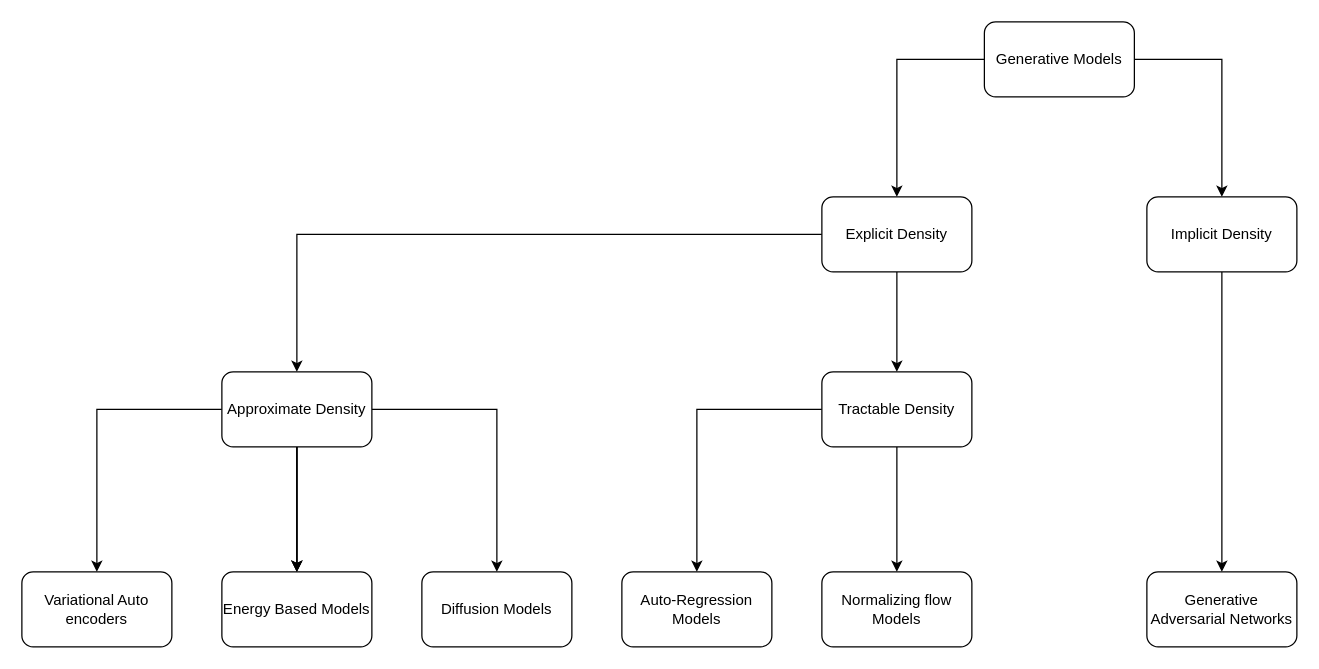
Earlier version of the draw.io diagram Untitled Diagram.drawio (ssrkarthikeya/gen-ai). Source tidied: cells renumbered, new cells numbered last; positions are measured from the earlier drawing's top-left corner, leaving out a move shared by most shapes. Both pictures are drawn from the tidied source at 125%, with x=0, y=0 at pixel (21, 21).
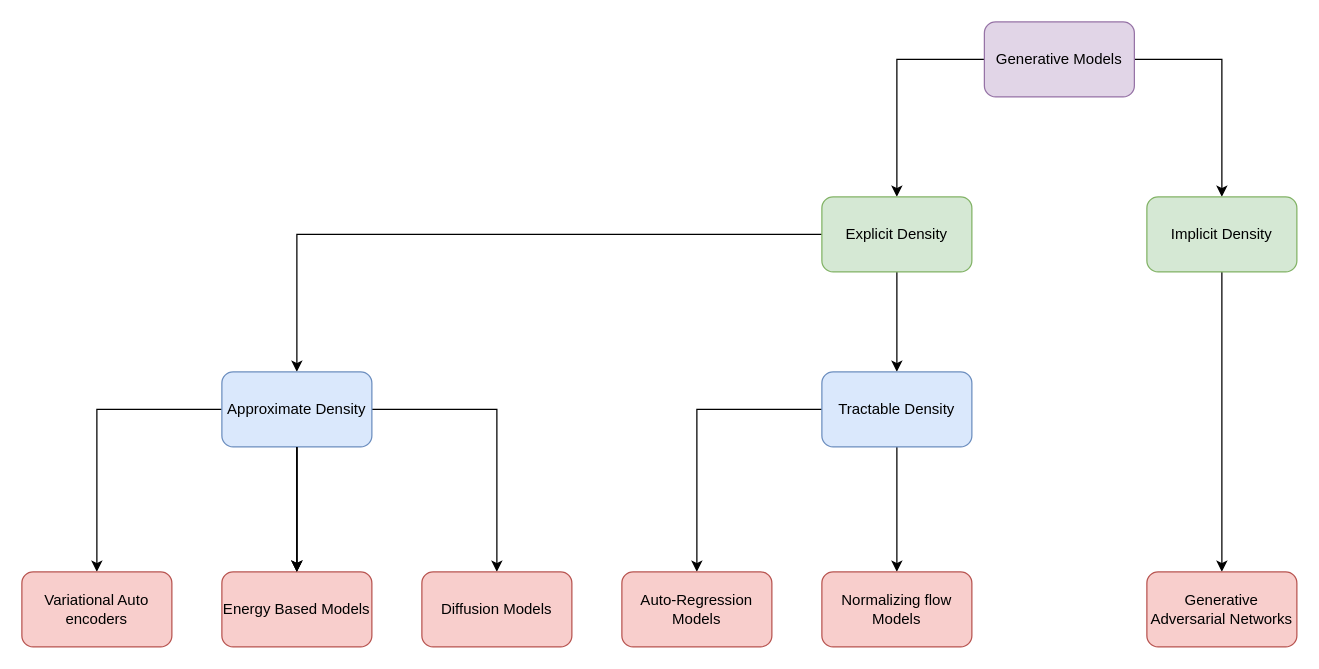
The same page after the edit.

The change refers to these unchanged cells:
```xml
<mxCell id="13" style="group;" parent="1" vertex="1">
  <mxGeometry y="280" width="440" height="220" as="geometry" />
</mxCell>
```

What changed in the source:
```diff
@@
-    <mxCell id="4" value="Generative Models" style="rounded=1;whiteSpace=wrap;html=1;" parent="1" vertex="1">
+    <mxCell id="4" value="Generative Models" style="rounded=1;whiteSpace=wrap;html=1;fillColor=#e1d5e7;strokeColor=#9673a6;" parent="1" vertex="1">
       <mxGeometry x="770" width="120" height="60" as="geometry" />
     </mxCell>
@@
-    <mxCell id="7" value="&lt;div&gt;Explicit Density&lt;/div&gt;" style="whiteSpace=wrap;html=1;rounded=1;" parent="1" vertex="1">
+    <mxCell id="7" value="&lt;div&gt;Explicit Density&lt;/div&gt;" style="whiteSpace=wrap;html=1;rounded=1;fillColor=#d5e8d4;strokeColor=#82b366;" parent="1" vertex="1">
       <mxGeometry x="640" y="140" width="120" height="60" as="geometry" />
     </mxCell>
@@
-    <mxCell id="9" value="&lt;div&gt;Implicit Density&lt;/div&gt;" style="whiteSpace=wrap;html=1;rounded=1;" parent="1" vertex="1">
+    <mxCell id="9" value="&lt;div&gt;Implicit Density&lt;/div&gt;" style="whiteSpace=wrap;html=1;rounded=1;fillColor=#d5e8d4;strokeColor=#82b366;" parent="1" vertex="1">
       <mxGeometry x="900" y="140" width="120" height="60" as="geometry" />
     </mxCell>
@@
-    <mxCell id="12" value="Tractable Density" style="whiteSpace=wrap;html=1;rounded=1;" parent="1" vertex="1">
+    <mxCell id="12" value="Tractable Density" style="whiteSpace=wrap;html=1;rounded=1;fillColor=#dae8fc;strokeColor=#6c8ebf;" parent="1" vertex="1">
       <mxGeometry x="640" y="280" width="120" height="60" as="geometry" />
     </mxCell>
@@
-    <mxCell id="17" value="Approximate Density" style="whiteSpace=wrap;html=1;rounded=1;" parent="13" vertex="1">
+    <mxCell id="17" value="Approximate Density" style="whiteSpace=wrap;html=1;rounded=1;fillColor=#dae8fc;strokeColor=#6c8ebf;" parent="13" vertex="1">
       <mxGeometry x="160" width="120" height="60" as="geometry" />
     </mxCell>
-    <mxCell id="18" value="Variational Auto encoders" style="whiteSpace=wrap;html=1;rounded=1;" parent="13" vertex="1">
+    <mxCell id="18" value="Variational Auto encoders" style="whiteSpace=wrap;html=1;rounded=1;fillColor=#f8cecc;strokeColor=#b85450;" parent="13" vertex="1">
       <mxGeometry y="160" width="120" height="60" as="geometry" />
     </mxCell>
-    <mxCell id="19" value="Energy Based Models" style="whiteSpace=wrap;html=1;rounded=1;" parent="13" vertex="1">
+    <mxCell id="19" value="Energy Based Models" style="whiteSpace=wrap;html=1;rounded=1;fillColor=#f8cecc;strokeColor=#b85450;" parent="13" vertex="1">
       <mxGeometry x="160" y="160" width="120" height="60" as="geometry" />
     </mxCell>
-    <mxCell id="20" value="Diffusion Models" style="whiteSpace=wrap;html=1;rounded=1;" parent="13" vertex="1">
+    <mxCell id="20" value="Diffusion Models" style="whiteSpace=wrap;html=1;rounded=1;fillColor=#f8cecc;strokeColor=#b85450;" parent="13" vertex="1">
       <mxGeometry x="320" y="160" width="120" height="60" as="geometry" />
     </mxCell>
@@
-    <mxCell id="23" value="Auto-Regression Models" style="whiteSpace=wrap;html=1;rounded=1;" parent="1" vertex="1">
+    <mxCell id="23" value="Auto-Regression Models" style="whiteSpace=wrap;html=1;rounded=1;fillColor=#f8cecc;strokeColor=#b85450;" parent="1" vertex="1">
       <mxGeometry x="480" y="440" width="120" height="60" as="geometry" />
     </mxCell>
-    <mxCell id="24" value="Normalizing flow Models" style="whiteSpace=wrap;html=1;rounded=1;" parent="1" vertex="1">
+    <mxCell id="24" value="Normalizing flow Models" style="whiteSpace=wrap;html=1;rounded=1;fillColor=#f8cecc;strokeColor=#b85450;" parent="1" vertex="1">
       <mxGeometry x="640" y="440" width="120" height="60" as="geometry" />
     </mxCell>
-    <mxCell id="25" value="Generative Adversarial Networks" style="whiteSpace=wrap;html=1;rounded=1;" parent="1" vertex="1">
+    <mxCell id="25" value="Generative Adversarial Networks" style="whiteSpace=wrap;html=1;rounded=1;fillColor=#f8cecc;strokeColor=#b85450;" parent="1" vertex="1">
       <mxGeometry x="900" y="440" width="120" height="60" as="geometry" />
     </mxCell>
```
